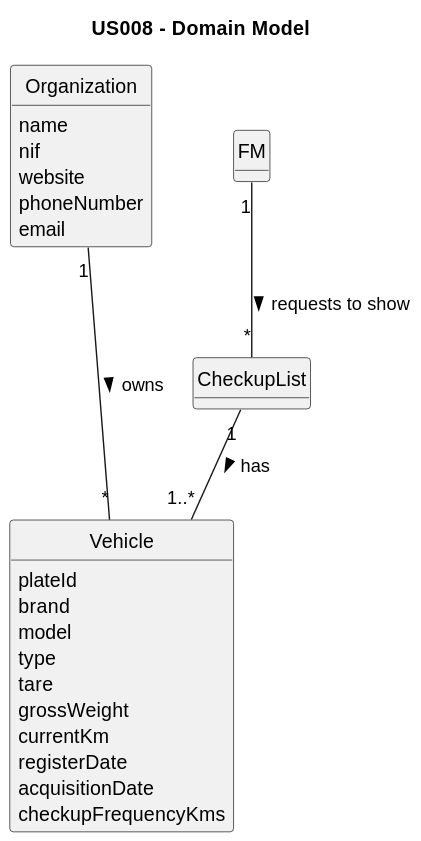
Above: docs/sprintB/us008/02.analysis/svg/us008-domain-model.svg in Rui-San/LAPR2_2023_2024 (PlantUML), before the change.
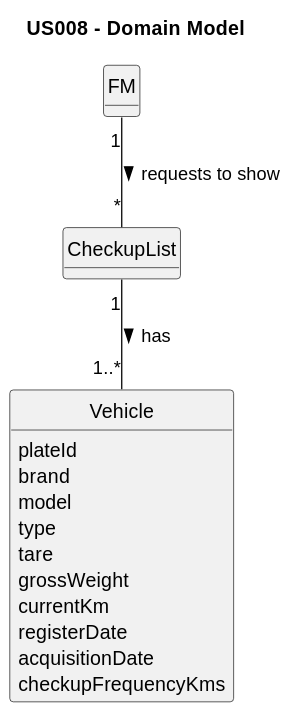
Later version of the same file.

Diff of the diagram source:
```diff
@@ -9,14 +9,6 @@
 hide methods
 
 title US008 - Domain Model
-
-class Organization {
-    name
-    nif
-    website
-    phoneNumber
-    email
-}
 
 class Vehicle{
     plateId
@@ -39,6 +31,6 @@
 
 
 FM "1" -- "*" CheckupList : " requests to show >"
-Organization "1" --- "*" Vehicle : "owns >"
+
 CheckupList "1" -- "1..*" Vehicle : "has >"
 @enduml
```
